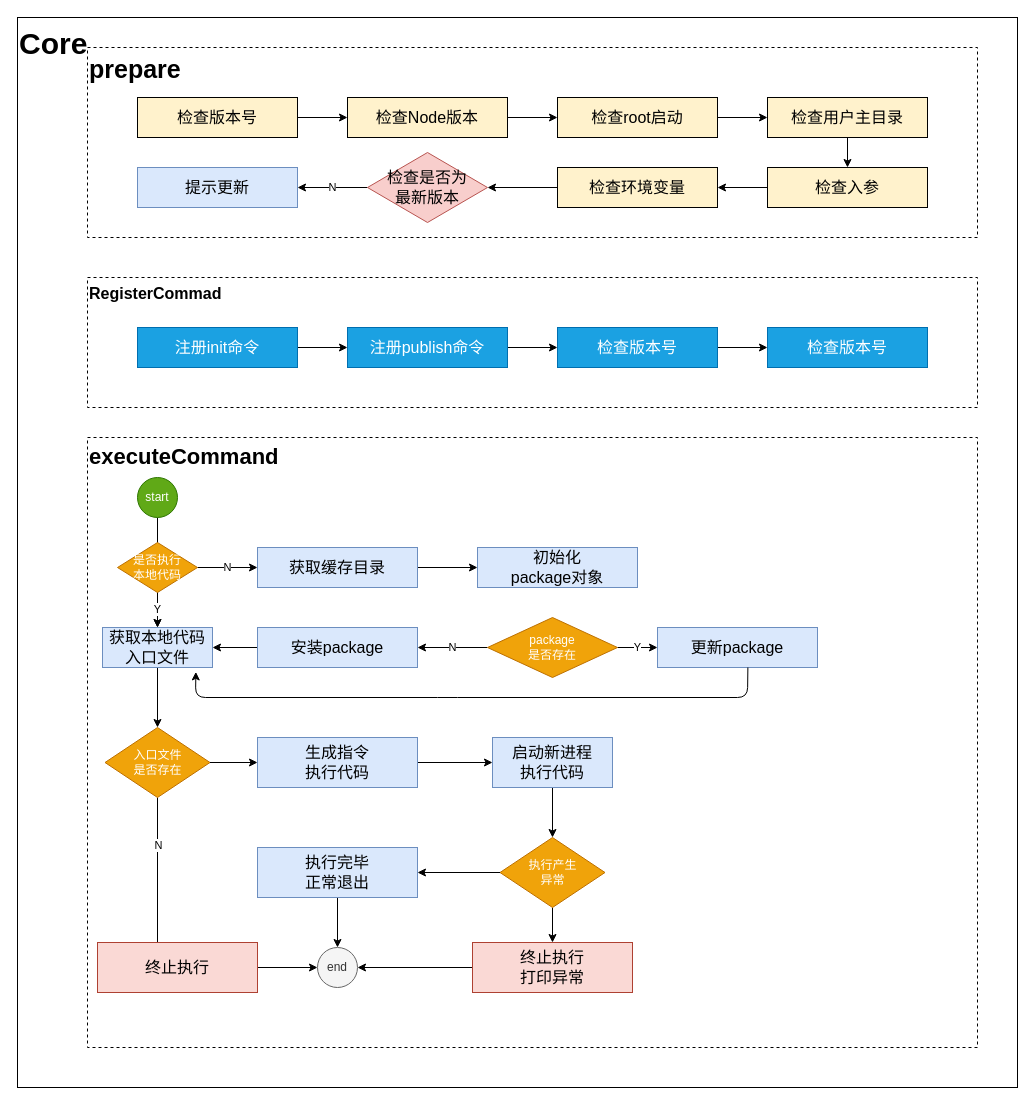
AKclown/ak-cli keeps this draw.io diagram as doc/diagram/core模块流程图.drawio. Above is the earlier version. Source tidied: cells renumbered, new cells numbered last; positions are measured from the earlier drawing's top-left corner, leaving out a move shared by most shapes. Both pictures are drawn from the tidied source at 100%, with x=0, y=0 at pixel (17, 17).
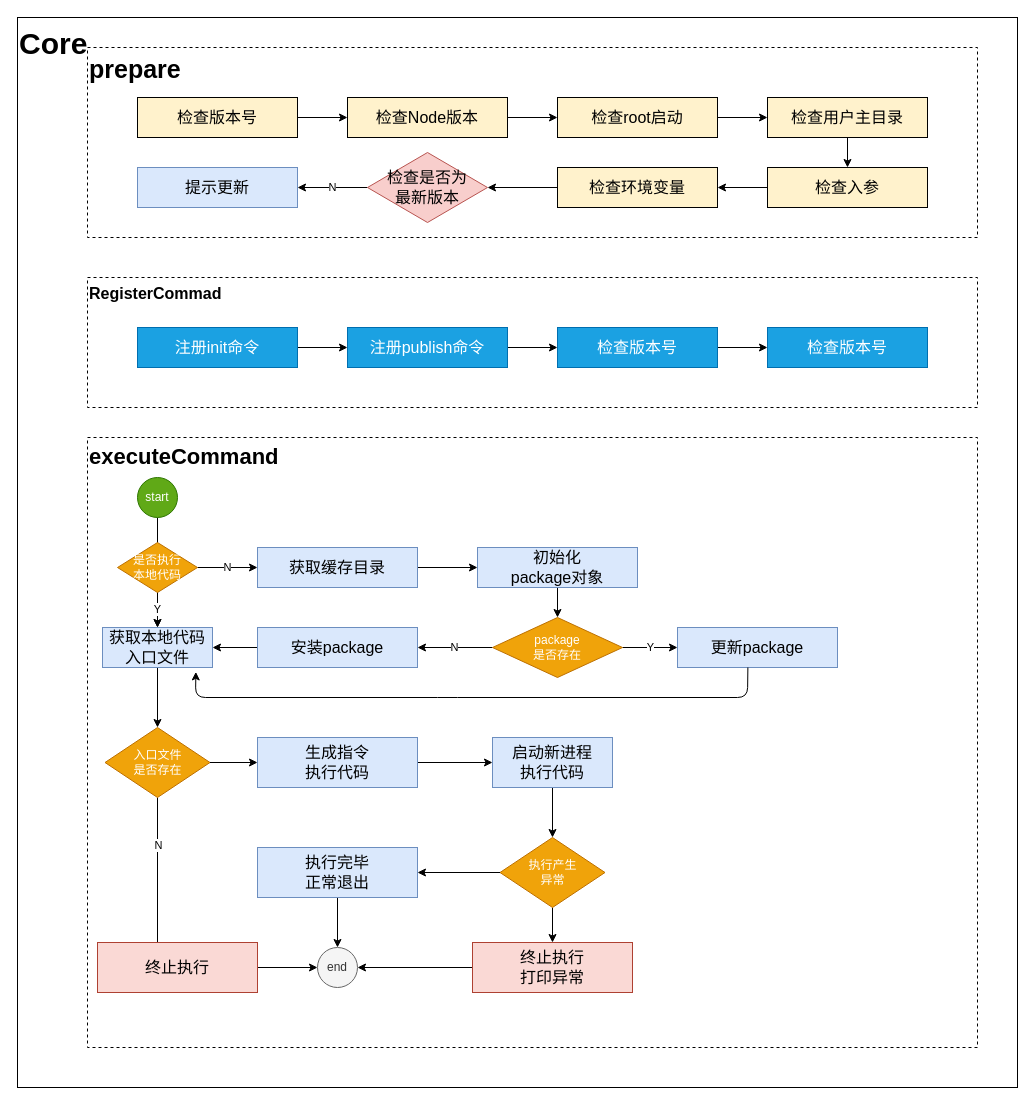
Above is the later version.

Unchanged cells that the change refers to:
```xml
<mxCell id="35" value="&lt;font style=&quot;font-size: 16px&quot;&gt;初始化&lt;br&gt;package对象&lt;/font&gt;" style="rounded=0;whiteSpace=wrap;html=1;align=center;fillColor=#dae8fc;shadow=0;sketch=0;glass=0;strokeColor=#6c8ebf;" parent="1" vertex="1">
  <mxGeometry x="460" y="530" width="160" height="40" as="geometry" />
</mxCell>
```

Diff of the diagram source:
```diff
@@
+    <mxCell id="63" style="edgeStyle=orthogonalEdgeStyle;rounded=0;jettySize=auto;html=1;" parent="1" edge="1" source="35" target="42">
+      <mxGeometry relative="1" as="geometry" />
+    </mxCell>
@@
     <mxCell id="42" value="package&lt;br&gt;是否存在" style="rhombus;whiteSpace=wrap;html=1;rounded=0;shadow=0;glass=0;sketch=0;strokeColor=#BD7000;align=center;fillColor=#f0a30a;fontColor=#ffffff;" parent="1" vertex="1">
-      <mxGeometry x="470" y="600" width="130" height="60" as="geometry" />
+      <mxGeometry x="475" y="600" width="130" height="60" as="geometry" />
     </mxCell>
     <mxCell id="43" value="&lt;span style=&quot;font-size: 16px&quot;&gt;更新package&lt;/span&gt;" style="rounded=0;whiteSpace=wrap;html=1;align=center;fillColor=#dae8fc;shadow=0;sketch=0;glass=0;strokeColor=#6c8ebf;" parent="1" vertex="1">
-      <mxGeometry x="640" y="610" width="160" height="40" as="geometry" />
+      <mxGeometry x="660" y="610" width="160" height="40" as="geometry" />
     </mxCell>
```
